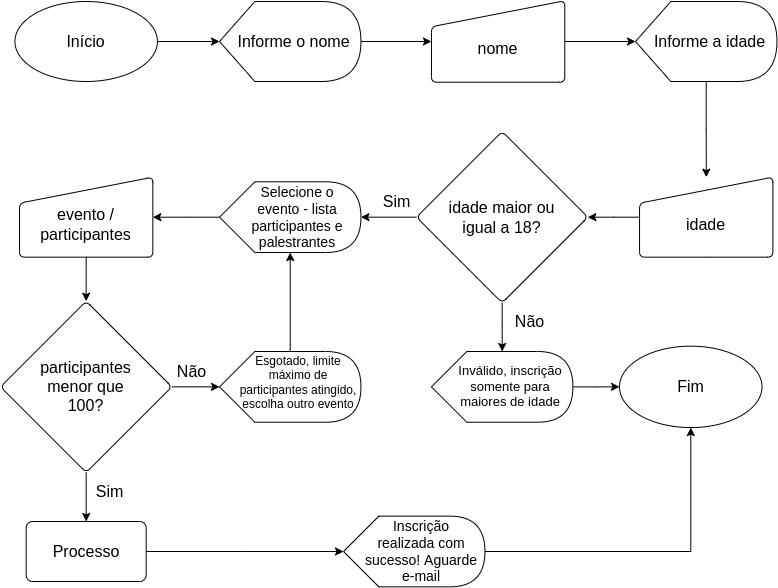
Before: fluxograma-senai.png, a diagram exported from draw.io (robsonconde/UC8-logica). Source tidied: cells renumbered, new cells last; positions are measured from the earlier drawing's top-left corner, leaving out a move shared by most shapes.
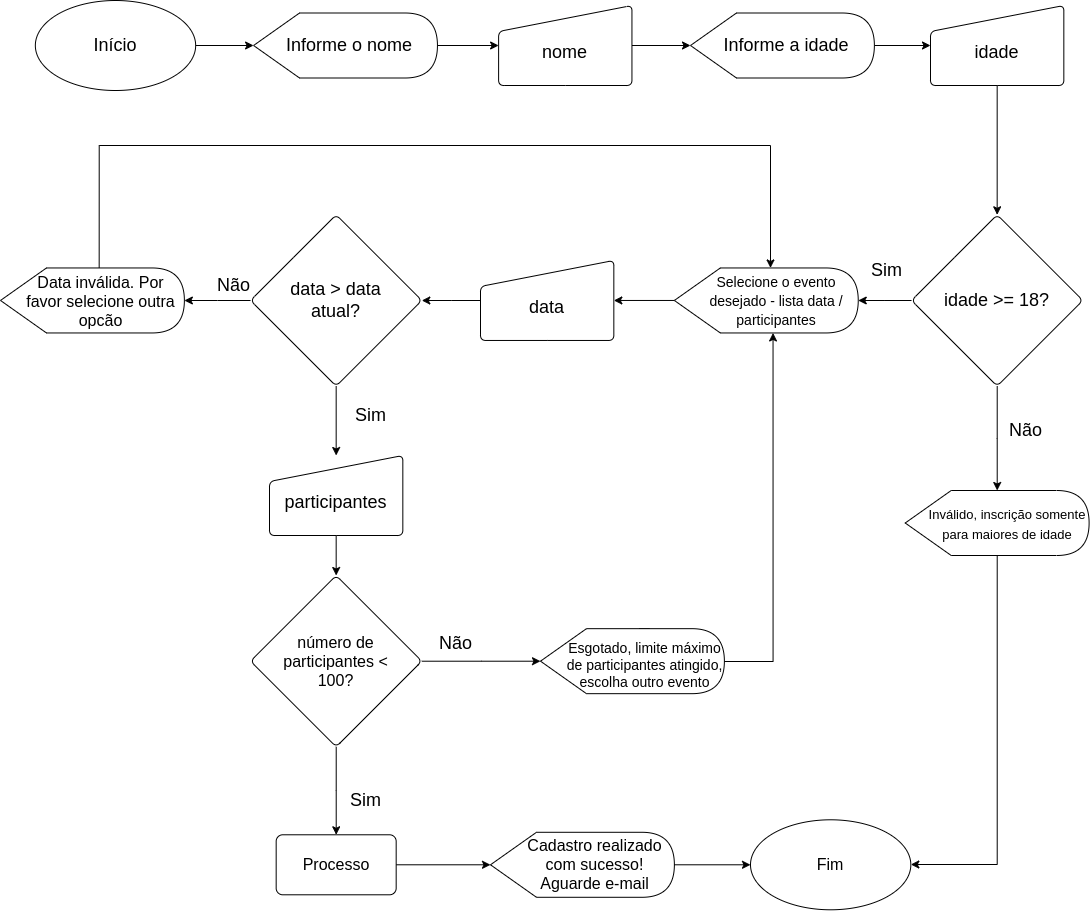
After the change.

Commit message:
fluxograma atualizado

The edit, as a diff of the source:
```diff
@@ -2,104 +2,146 @@
   <root>
     <mxCell id="0" />
     <mxCell id="1" parent="0" />
-    <mxCell id="2" style="edgeStyle=orthogonalEdgeStyle;rounded=0;jettySize=auto;html=1;fontSize=16;" parent="1" edge="1" source="3" target="9">
+    <mxCell id="2" style="edgeStyle=orthogonalEdgeStyle;rounded=0;jettySize=auto;html=1;fontSize=14;align=center;strokeColor=default;fillColor=#000000;" parent="1" edge="1" source="3" target="9">
       <mxGeometry relative="1" as="geometry" />
     </mxCell>
-    <mxCell id="3" value="nome" style="html=1;strokeWidth=1;shape=manualInput;whiteSpace=wrap;rounded=1;size=26;arcSize=11;fontSize=16;spacingTop=14;" parent="1" vertex="1">
-      <mxGeometry x="430.9" y="0.3" width="133.3" height="81.4" as="geometry" />
+    <mxCell id="3" value="nome" style="html=1;strokeWidth=1;shape=manualInput;whiteSpace=wrap;rounded=1;size=26;arcSize=11;fontSize=18;spacingTop=14;align=center;strokeColor=default;fillColor=default;" parent="1" vertex="1">
+      <mxGeometry x="-78.9" y="61" width="133.3" height="80" as="geometry" />
     </mxCell>
-    <mxCell id="4" style="edgeStyle=orthogonalEdgeStyle;rounded=0;jettySize=auto;html=1;fontSize=16;" parent="1" edge="1" source="5" target="7">
+    <mxCell id="4" style="edgeStyle=orthogonalEdgeStyle;rounded=0;jettySize=auto;html=1;fontSize=16;align=center;strokeWidth=1;strokeColor=default;fillColor=#000000;" parent="1" edge="1" source="5" target="7">
       <mxGeometry relative="1" as="geometry" />
     </mxCell>
-    <mxCell id="5" value="Início" style="strokeWidth=1;html=1;shape=mxgraph.flowchart.start_1;whiteSpace=wrap;fontSize=16;" parent="1" vertex="1">
-      <mxGeometry x="14.4" y="1" width="142.5" height="80" as="geometry" />
+    <mxCell id="5" value="Início" style="strokeWidth=1;html=1;shape=mxgraph.flowchart.start_1;whiteSpace=wrap;fontSize=18;align=center;strokeColor=default;fillColor=default;" parent="1" vertex="1">
+      <mxGeometry x="-542.2" y="56" width="160.3" height="90" as="geometry" />
     </mxCell>
-    <mxCell id="6" style="edgeStyle=orthogonalEdgeStyle;rounded=0;jettySize=auto;html=1;fontSize=16;" parent="1" edge="1" source="7" target="3">
+    <mxCell id="6" style="edgeStyle=orthogonalEdgeStyle;rounded=0;jettySize=auto;html=1;fontSize=16;align=center;fillColor=#000000;strokeColor=default;" parent="1" edge="1" source="7" target="3">
       <mxGeometry relative="1" as="geometry" />
     </mxCell>
-    <mxCell id="7" value="Informe o nome" style="shape=display;whiteSpace=wrap;html=1;fontSize=16;strokeWidth=1;spacingLeft=8;" parent="1" vertex="1">
-      <mxGeometry x="219" y="1" width="141.4" height="80" as="geometry" />
+    <mxCell id="7" value="Informe o nome" style="shape=display;whiteSpace=wrap;html=1;fontSize=18;strokeWidth=1;spacingLeft=8;align=center;strokeColor=default;fillColor=default;" parent="1" vertex="1">
+      <mxGeometry x="-323.9" y="68.5" width="183.9" height="65" as="geometry" />
     </mxCell>
-    <mxCell id="8" style="edgeStyle=orthogonalEdgeStyle;rounded=0;jettySize=auto;html=1;fontSize=16;" parent="1" edge="1" source="9" target="11">
-      <mxGeometry relative="1" as="geometry" />
-    </mxCell>
-    <mxCell id="9" value="Informe a idade" style="shape=display;whiteSpace=wrap;html=1;fontSize=16;strokeWidth=1;spacingLeft=8;" parent="1" vertex="1">
-      <mxGeometry x="635" y="1" width="141.4" height="80" as="geometry" />
-    </mxCell>
-    <mxCell id="10" style="edgeStyle=orthogonalEdgeStyle;rounded=0;jettySize=auto;html=1;fontSize=16;" parent="1" edge="1" source="11" target="14">
+    <mxCell id="10" style="edgeStyle=orthogonalEdgeStyle;rounded=0;jettySize=auto;html=1;align=center;strokeColor=default;fillColor=#000000;" parent="1" edge="1" source="11" target="14">
       <mxGeometry relative="1" as="geometry" />
     </mxCell>
-    <mxCell id="11" value="idade" style="html=1;strokeWidth=1;shape=manualInput;whiteSpace=wrap;rounded=1;size=26;arcSize=11;fontSize=16;spacingTop=14;" parent="1" vertex="1">
-      <mxGeometry x="639.1" y="176.7" width="133.3" height="80" as="geometry" />
+    <mxCell id="11" value="idade" style="html=1;strokeWidth=1;shape=manualInput;whiteSpace=wrap;rounded=1;size=26;arcSize=11;fontSize=18;spacingTop=14;align=center;strokeColor=default;fillColor=default;" parent="1" vertex="1">
+      <mxGeometry x="353" y="61" width="133.3" height="80" as="geometry" />
     </mxCell>
-    <mxCell id="12" style="edgeStyle=orthogonalEdgeStyle;rounded=0;jettySize=auto;html=1;fontSize=16;" parent="1" edge="1" source="14" target="16">
-      <mxGeometry relative="1" as="geometry" />
-    </mxCell>
-    <mxCell id="13" style="edgeStyle=orthogonalEdgeStyle;rounded=0;jettySize=auto;html=1;fontSize=16;" parent="1" edge="1" source="14" target="18">
+    <mxCell id="13" style="edgeStyle=orthogonalEdgeStyle;rounded=0;jettySize=auto;html=1;fontSize=13;align=center;strokeColor=default;fillColor=#000000;" parent="1" edge="1" source="14" target="18">
       <mxGeometry relative="1" as="geometry" />
     </mxCell>
+    <mxCell id="35" style="edgeStyle=orthogonalEdgeStyle;rounded=0;jettySize=auto;html=1;fontSize=16;strokeColor=default;strokeWidth=1;fillColor=#000000;gradientColor=none;" parent="1" edge="1" source="14" target="53">
+      <mxGeometry relative="1" as="geometry" />
+    </mxCell>
-    <mxCell id="14" value="idade maior ou igual a 18?" style="rhombus;whiteSpace=wrap;html=1;rounded=1;fontSize=16;strokeWidth=1;arcSize=11;align=center;spacingLeft=30;spacingRight=30;" parent="1" vertex="1">
-      <mxGeometry x="416" y="131" width="171.3" height="171.3" as="geometry" />
+    <mxCell id="14" value="idade &amp;gt;= 18?" style="rhombus;whiteSpace=wrap;html=1;rounded=1;fontSize=18;strokeWidth=1;arcSize=11;align=center;spacingLeft=30;spacingRight=30;strokeColor=default;fillColor=default;" parent="1" vertex="1">
+      <mxGeometry x="334" y="270.3" width="171.3" height="171.3" as="geometry" />
     </mxCell>
-    <mxCell id="15" style="edgeStyle=orthogonalEdgeStyle;rounded=0;jettySize=auto;html=1;fontSize=13;" parent="1" edge="1" source="16" target="21">
-      <mxGeometry relative="1" as="geometry" />
-    </mxCell>
-    <mxCell id="16" value="Selecione o evento - lista participantes e palestrantes" style="shape=display;whiteSpace=wrap;html=1;fontSize=14;strokeWidth=1;spacingLeft=22;spacingRight=7;" parent="1" vertex="1">
-      <mxGeometry x="219" y="181.3" width="141.4" height="70.7" as="geometry" />
-    </mxCell>
-    <mxCell id="17" style="edgeStyle=orthogonalEdgeStyle;rounded=0;jettySize=auto;html=1;fontSize=13;" parent="1" edge="1" source="18" target="19">
-      <mxGeometry relative="1" as="geometry" />
-    </mxCell>
-    <mxCell id="18" value="Inválido, inscrição somente para maiores de idade" style="shape=display;whiteSpace=wrap;html=1;fontSize=13;strokeWidth=1;spacingLeft=17;spacingRight=0;" parent="1" vertex="1">
-      <mxGeometry x="430.9" y="351" width="141.4" height="70.7" as="geometry" />
-    </mxCell>
-    <mxCell id="19" value="Fim" style="strokeWidth=1;html=1;shape=mxgraph.flowchart.start_1;whiteSpace=wrap;fontSize=16;" parent="1" vertex="1">
-      <mxGeometry x="619" y="345.6" width="142.5" height="81.4" as="geometry" />
-    </mxCell>
-    <mxCell id="20" style="edgeStyle=orthogonalEdgeStyle;rounded=0;jettySize=auto;html=1;fontSize=14;" parent="1" edge="1" source="21" target="24">
-      <mxGeometry relative="1" as="geometry" />
-    </mxCell>
+    <mxCell id="36" style="edgeStyle=orthogonalEdgeStyle;rounded=0;jettySize=auto;html=1;fontSize=16;strokeColor=default;strokeWidth=1;fillColor=#000000;gradientColor=none;" parent="1" edge="1" source="21" target="40">
+      <mxGeometry relative="1" as="geometry" />
+    </mxCell>
-    <mxCell id="21" value="evento / participantes" style="html=1;strokeWidth=1;shape=manualInput;whiteSpace=wrap;rounded=1;size=26;arcSize=11;fontSize=16;spacingTop=14;" parent="1" vertex="1">
-      <mxGeometry x="19" y="176.7" width="133.3" height="80" as="geometry" />
+    <mxCell id="21" value="data" style="html=1;strokeWidth=1;shape=manualInput;whiteSpace=wrap;rounded=1;size=26;arcSize=11;fontSize=18;spacingTop=14;align=center;strokeColor=default;fillColor=default;" parent="1" vertex="1">
+      <mxGeometry x="-97" y="316" width="133.3" height="80" as="geometry" />
     </mxCell>
-    <mxCell id="22" style="edgeStyle=orthogonalEdgeStyle;rounded=0;jettySize=auto;html=1;fontSize=14;" parent="1" edge="1" source="24" target="26">
+    <mxCell id="22" style="edgeStyle=orthogonalEdgeStyle;rounded=0;jettySize=auto;html=1;fontSize=14;align=center;strokeColor=default;fillColor=#000000;" parent="1" edge="1" source="24" target="26">
       <mxGeometry relative="1" as="geometry" />
     </mxCell>
-    <mxCell id="23" style="edgeStyle=orthogonalEdgeStyle;rounded=0;jettySize=auto;html=1;fontSize=12;" parent="1" edge="1" source="24" target="28">
+    <mxCell id="23" style="edgeStyle=orthogonalEdgeStyle;rounded=0;jettySize=auto;html=1;fontSize=18;strokeColor=default;strokeWidth=1;fillColor=#000000;gradientColor=none;" parent="1" edge="1" source="24" target="28">
       <mxGeometry relative="1" as="geometry" />
     </mxCell>
-    <mxCell id="24" value="participantes menor que 100?" style="rhombus;whiteSpace=wrap;html=1;rounded=1;fontSize=16;strokeWidth=1;arcSize=11;align=center;spacingLeft=30;spacingRight=30;" parent="1" vertex="1">
-      <mxGeometry y="300.7" width="171.3" height="171.3" as="geometry" />
+    <mxCell id="24" value="número de participantes &amp;lt; 100?" style="rhombus;whiteSpace=wrap;html=1;rounded=1;fontSize=16;strokeWidth=1;arcSize=11;align=center;spacingLeft=30;spacingRight=30;strokeColor=default;fillColor=default;" parent="1" vertex="1">
+      <mxGeometry x="-327" y="631" width="171.3" height="171.3" as="geometry" />
     </mxCell>
-    <mxCell id="25" style="edgeStyle=orthogonalEdgeStyle;rounded=0;jettySize=auto;html=1;fontSize=12;" parent="1" edge="1" source="26" target="16">
-      <mxGeometry relative="1" as="geometry" />
-    </mxCell>
-    <mxCell id="26" value="Esgotado, limite máximo de participantes atingido, escolha outro evento" style="shape=display;whiteSpace=wrap;html=1;fontSize=12;strokeWidth=1;spacingLeft=17;spacingRight=0;spacingBottom=8;" parent="1" vertex="1">
-      <mxGeometry x="219" y="351" width="141.4" height="70.7" as="geometry" />
-    </mxCell>
-    <mxCell id="27" style="edgeStyle=orthogonalEdgeStyle;rounded=0;jettySize=auto;html=1;fontSize=12;" parent="1" edge="1" source="28" target="30">
-      <mxGeometry relative="1" as="geometry" />
-    </mxCell>
+    <mxCell id="37" style="edgeStyle=orthogonalEdgeStyle;rounded=0;jettySize=auto;html=1;fontSize=18;strokeColor=default;strokeWidth=1;fillColor=#000000;gradientColor=none;" parent="1" edge="1" source="28" target="47">
+      <mxGeometry relative="1" as="geometry" />
+    </mxCell>
-    <mxCell id="28" value="Processo" style="rounded=1;whiteSpace=wrap;html=1;fontSize=16;strokeWidth=1;spacingLeft=30;spacingRight=30;arcSize=11;" parent="1" vertex="1">
-      <mxGeometry x="25.7" y="521" width="120" height="60" as="geometry" />
+    <mxCell id="28" value="Processo" style="rounded=1;whiteSpace=wrap;html=1;fontSize=16;strokeWidth=1;spacingLeft=30;spacingRight=30;arcSize=11;align=center;strokeColor=default;fillColor=default;" parent="1" vertex="1">
+      <mxGeometry x="-301.3" y="890.3" width="120" height="60" as="geometry" />
     </mxCell>
-    <mxCell id="29" style="edgeStyle=orthogonalEdgeStyle;rounded=0;jettySize=auto;html=1;fontSize=14;" parent="1" edge="1" source="30" target="19">
-      <mxGeometry relative="1" as="geometry" />
-    </mxCell>
-    <mxCell id="30" value="Inscrição realizada com sucesso! Aguarde e-mail" style="shape=display;whiteSpace=wrap;html=1;fontSize=14;strokeWidth=1;spacingLeft=19;spacingRight=4;" parent="1" vertex="1">
-      <mxGeometry x="343" y="515.6" width="141.4" height="70.7" as="geometry" />
-    </mxCell>
-    <mxCell id="31" value="Não" style="text;html=1;align=center;verticalAlign=middle;fillColor=none;strokeColor=none;rounded=0;fontSize=16;" parent="1" vertex="1">
-      <mxGeometry x="171.3" y="361" width="40" height="20" as="geometry" />
+    <mxCell id="31" value="Não" style="text;html=1;align=center;verticalAlign=middle;fillColor=none;strokeColor=none;rounded=0;fontSize=18;" parent="1" vertex="1">
+      <mxGeometry x="-368.9" y="326" width="50" height="30" as="geometry" />
     </mxCell>
-    <mxCell id="32" value="Sim" style="text;html=1;align=center;verticalAlign=middle;fillColor=none;strokeColor=none;rounded=0;fontSize=16;" parent="1" vertex="1">
-      <mxGeometry x="89" y="481" width="40" height="20" as="geometry" />
+    <mxCell id="32" value="Sim" style="text;html=1;align=center;verticalAlign=middle;fillColor=none;strokeColor=none;rounded=0;fontSize=18;" parent="1" vertex="1">
+      <mxGeometry x="-232" y="456" width="50" height="30" as="geometry" />
     </mxCell>
-    <mxCell id="33" value="Não" style="text;html=1;align=center;verticalAlign=middle;fillColor=none;strokeColor=none;rounded=0;fontSize=16;" parent="1" vertex="1">
-      <mxGeometry x="509" y="311" width="40" height="20" as="geometry" />
-    </mxCell>
-    <mxCell id="34" value="Sim" style="text;html=1;align=center;verticalAlign=middle;fillColor=none;strokeColor=none;rounded=0;fontSize=16;" parent="1" vertex="1">
-      <mxGeometry x="376" y="191" width="40" height="20" as="geometry" />
-    </mxCell>
+    <mxCell id="38" style="edgeStyle=orthogonalEdgeStyle;rounded=0;jettySize=auto;html=1;fontSize=14;align=center;strokeColor=default;fillColor=#000000;" parent="1" edge="1" source="40" target="42">
+      <mxGeometry relative="1" as="geometry" />
+    </mxCell>
+    <mxCell id="39" style="edgeStyle=orthogonalEdgeStyle;rounded=0;jettySize=auto;html=1;fontSize=14;align=center;strokeColor=default;fillColor=#000000;" parent="1" edge="1" source="40" target="44">
+      <mxGeometry relative="1" as="geometry" />
+    </mxCell>
+    <mxCell id="40" value="data &amp;gt; data atual?" style="rhombus;whiteSpace=wrap;html=1;rounded=1;fontSize=18;strokeWidth=1;arcSize=11;align=center;spacingLeft=30;spacingRight=30;strokeColor=default;fillColor=default;" parent="1" vertex="1">
+      <mxGeometry x="-327" y="270.3" width="171.3" height="171.3" as="geometry" />
+    </mxCell>
+    <mxCell id="41" style="edgeStyle=orthogonalEdgeStyle;rounded=0;jettySize=auto;html=1;fontSize=18;strokeColor=default;strokeWidth=1;fillColor=#000000;gradientColor=none;" parent="1" edge="1" source="42" target="24">
+      <mxGeometry relative="1" as="geometry" />
+    </mxCell>
+    <mxCell id="42" value="participantes" style="html=1;strokeWidth=1;shape=manualInput;whiteSpace=wrap;rounded=1;size=26;arcSize=11;fontSize=18;spacingTop=14;align=center;strokeColor=default;fillColor=default;" parent="1" vertex="1">
+      <mxGeometry x="-308" y="511" width="133.3" height="80" as="geometry" />
+    </mxCell>
+    <mxCell id="8" style="edgeStyle=orthogonalEdgeStyle;rounded=0;jettySize=auto;html=1;fontSize=14;align=center;strokeColor=default;fillColor=#000000;" parent="1" edge="1" source="9" target="11">
+      <mxGeometry relative="1" as="geometry" />
+    </mxCell>
+    <mxCell id="9" value="Informe a idade" style="shape=display;whiteSpace=wrap;html=1;fontSize=18;strokeWidth=1;spacingLeft=8;align=center;strokeColor=default;fillColor=default;" parent="1" vertex="1">
+      <mxGeometry x="113" y="68.5" width="183.9" height="65" as="geometry" />
+    </mxCell>
+    <mxCell id="43" style="edgeStyle=orthogonalEdgeStyle;rounded=0;jettySize=auto;html=1;exitX=0;exitY=0;exitDx=98.66875;exitDy=0;exitPerimeter=0;fontSize=16;strokeColor=default;strokeWidth=1;fillColor=#000000;gradientColor=none;" parent="1" edge="1" source="44" target="53">
+      <mxGeometry relative="1" as="geometry">
+        <Array as="points">
+          <mxPoint x="-478" y="201" />
+          <mxPoint x="193" y="201" />
+        </Array>
+      </mxGeometry>
+    </mxCell>
+    <mxCell id="44" value="&lt;span style=&quot;font-size: 16px;&quot;&gt;Data inválida. Por favor selecione outra opcão&lt;/span&gt;" style="shape=display;whiteSpace=wrap;html=1;fontSize=16;strokeWidth=1;spacingLeft=17;spacingTop=3;align=center;strokeColor=default;fillColor=default;" parent="1" vertex="1">
+      <mxGeometry x="-577" y="323.5" width="183.9" height="65" as="geometry" />
+    </mxCell>
+    <mxCell id="45" style="edgeStyle=orthogonalEdgeStyle;rounded=0;jettySize=auto;html=1;exitX=0;exitY=0;exitDx=98.66875;exitDy=0;exitPerimeter=0;entryX=0;entryY=0;entryDx=98.66875;entryDy=65;entryPerimeter=0;fontSize=16;strokeColor=default;strokeWidth=1;fillColor=#000000;gradientColor=none;" parent="1" edge="1" source="26" target="53">
+      <mxGeometry relative="1" as="geometry">
+        <Array as="points">
+          <mxPoint x="72" y="684" />
+          <mxPoint x="72" y="717" />
+          <mxPoint x="196" y="717" />
+        </Array>
+      </mxGeometry>
+    </mxCell>
+    <mxCell id="26" value="&lt;span style=&quot;font-size: 14px;&quot;&gt;Esgotado, limite máximo de participantes atingido, escolha outro evento&lt;/span&gt;" style="shape=display;whiteSpace=wrap;html=1;fontSize=14;strokeWidth=1;spacingLeft=25;spacingTop=8;align=center;strokeColor=default;fillColor=default;" parent="1" vertex="1">
+      <mxGeometry x="-37" y="684.2" width="183.9" height="65" as="geometry" />
+    </mxCell>
+    <mxCell id="19" value="Fim" style="strokeWidth=1;html=1;shape=mxgraph.flowchart.start_1;whiteSpace=wrap;fontSize=16;align=center;strokeColor=default;fillColor=default;" parent="1" vertex="1">
+      <mxGeometry x="173" y="875.3" width="160.3" height="90" as="geometry" />
+    </mxCell>
+    <mxCell id="17" style="edgeStyle=orthogonalEdgeStyle;rounded=0;jettySize=auto;html=1;fontSize=13;align=center;strokeColor=default;fillColor=#000000;" parent="1" edge="1" source="18" target="19">
+      <mxGeometry relative="1" as="geometry">
+        <Array as="points">
+          <mxPoint x="420" y="920" />
+        </Array>
+      </mxGeometry>
+    </mxCell>
+    <mxCell id="18" value="&lt;font style=&quot;font-size: 13px&quot;&gt;Inválido, inscrição somente para maiores de idade&lt;/font&gt;" style="shape=display;whiteSpace=wrap;html=1;fontSize=16;strokeWidth=1;spacingLeft=20;align=center;strokeColor=default;fillColor=default;" parent="1" vertex="1">
+      <mxGeometry x="327.7" y="546" width="183.9" height="65" as="geometry" />
+    </mxCell>
+    <mxCell id="46" style="edgeStyle=orthogonalEdgeStyle;rounded=0;jettySize=auto;html=1;fontSize=18;strokeColor=default;strokeWidth=1;fillColor=#000000;gradientColor=none;" parent="1" edge="1" source="47" target="19">
+      <mxGeometry relative="1" as="geometry" />
+    </mxCell>
+    <mxCell id="47" value="Cadastro realizado com sucesso! Aguarde e-mail" style="shape=display;whiteSpace=wrap;html=1;fontSize=16;strokeWidth=1;spacingLeft=25;spacingTop=0;align=center;strokeColor=default;fillColor=default;" parent="1" vertex="1">
+      <mxGeometry x="-87" y="887.8" width="183.9" height="65" as="geometry" />
+    </mxCell>
+    <mxCell id="48" value="Sim" style="text;html=1;align=center;verticalAlign=middle;fillColor=none;strokeColor=none;rounded=0;fontSize=18;" parent="1" vertex="1">
+      <mxGeometry x="284" y="311" width="50" height="30" as="geometry" />
+    </mxCell>
+    <mxCell id="49" value="Não" style="text;html=1;align=center;verticalAlign=middle;fillColor=none;strokeColor=none;rounded=0;fontSize=18;" parent="1" vertex="1">
+      <mxGeometry x="423" y="471" width="50" height="30" as="geometry" />
+    </mxCell>
+    <mxCell id="50" value="Sim" style="text;html=1;align=center;verticalAlign=middle;fillColor=none;strokeColor=none;rounded=0;fontSize=18;" parent="1" vertex="1">
+      <mxGeometry x="-237" y="841" width="50" height="30" as="geometry" />
+    </mxCell>
+    <mxCell id="51" value="Não" style="text;html=1;align=center;verticalAlign=middle;fillColor=none;strokeColor=none;rounded=0;fontSize=18;" parent="1" vertex="1">
+      <mxGeometry x="-147" y="684.2" width="50" height="30" as="geometry" />
+    </mxCell>
+    <mxCell id="52" style="edgeStyle=orthogonalEdgeStyle;rounded=0;jettySize=auto;html=1;fontSize=16;strokeColor=default;strokeWidth=1;fillColor=#000000;gradientColor=none;" parent="1" edge="1" source="53" target="21">
+      <mxGeometry relative="1" as="geometry" />
+    </mxCell>
+    <mxCell id="53" value="&lt;span style=&quot;font-size: 14px&quot;&gt;Selecione o evento desejado - lista data / participantes&lt;/span&gt;" style="shape=display;whiteSpace=wrap;html=1;fontSize=16;strokeWidth=1;spacingLeft=20;align=center;strokeColor=default;fillColor=default;" parent="1" vertex="1">
+      <mxGeometry x="96.9" y="323.5" width="183.9" height="65" as="geometry" />
+    </mxCell>
   </root>
 </mxGraphModel>
```
